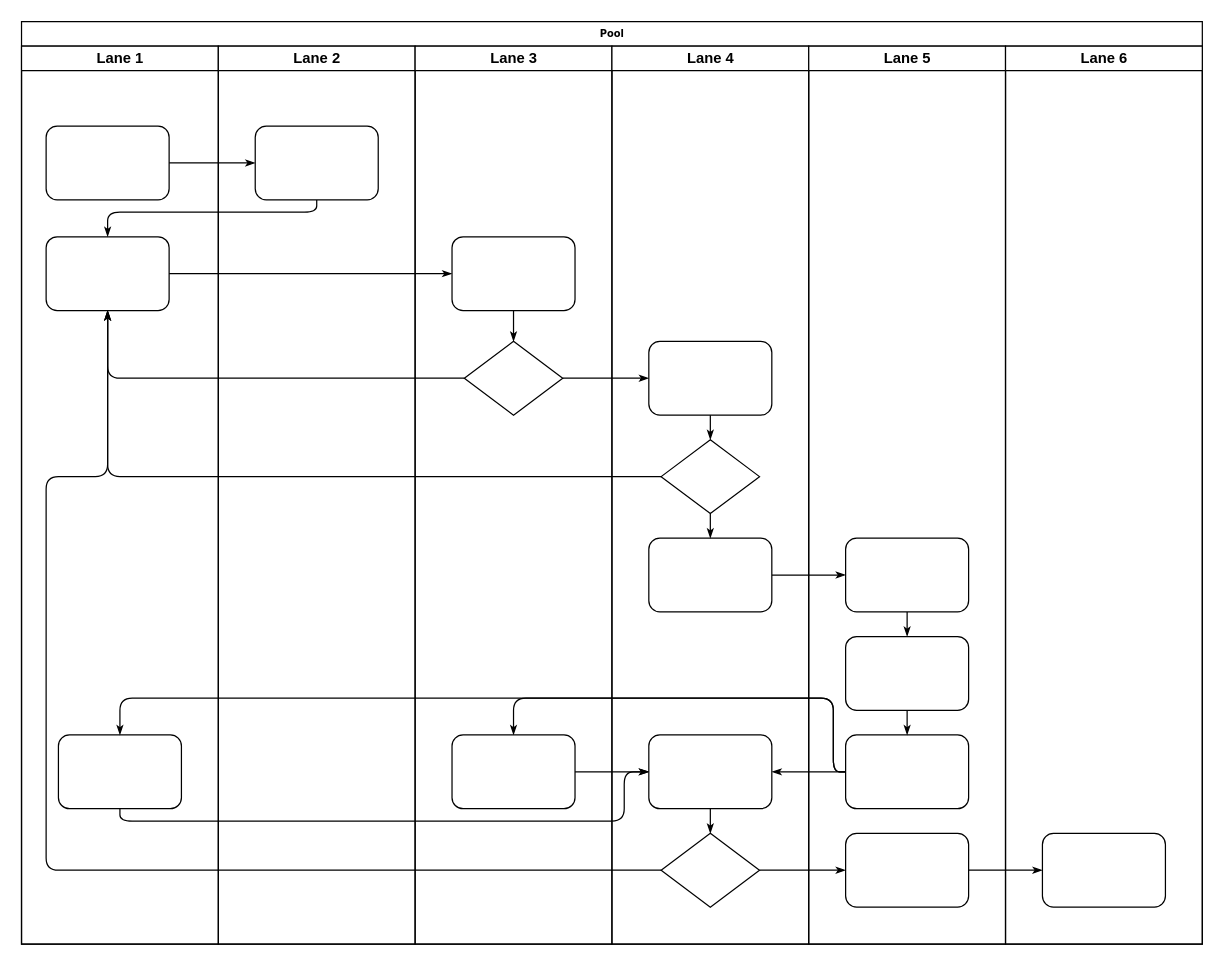
The draw.io diagram DonorFloorEOPMessage.drawio in tylermoseley/drawio, before the edit. Source tidied: cells renumbered, new cells numbered last; positions are measured from the earlier drawing's top-left corner, leaving out a move shared by most shapes. Both pictures are drawn from the tidied source at 123%, with x=0, y=0 at pixel (21, 21).
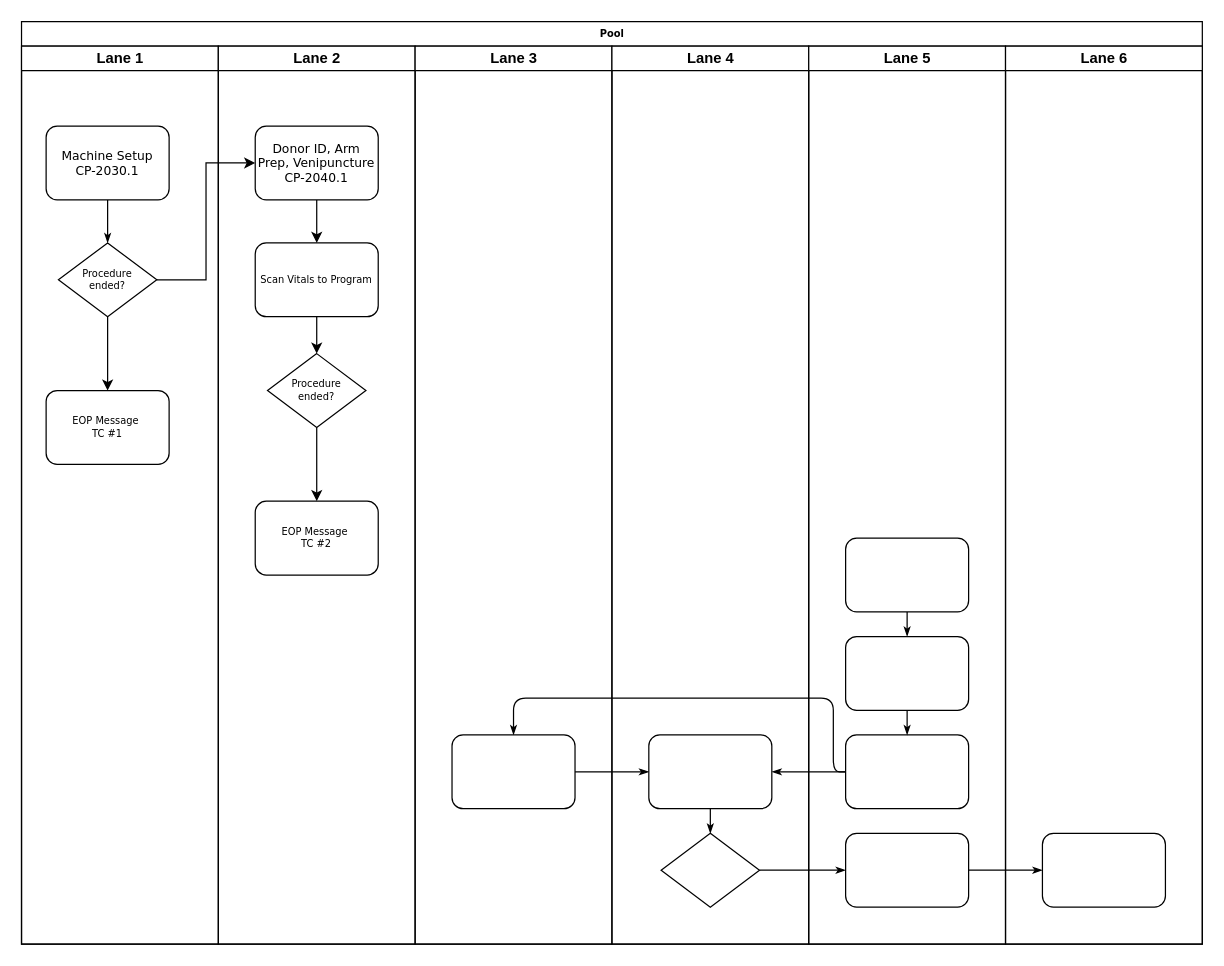
Above is the later version.

The change refers to these unchanged cells:
```xml
<mxCell id="2" value="Pool" style="swimlane;html=1;startSize=20;rounded=0;shadow=0;labelBackgroundColor=none;strokeWidth=1;fontFamily=Verdana;fontSize=8;align=center;" parent="1" vertex="1">
  <mxGeometry width="960" height="750" as="geometry" />
</mxCell>
<mxCell id="3" value="Lane 1" style="swimlane;html=1;startSize=20;" parent="2" vertex="1">
  <mxGeometry y="20" width="160" height="730" as="geometry" />
</mxCell>
<mxCell id="22" value="Lane 2" style="swimlane;html=1;startSize=20;" parent="2" vertex="1">
  <mxGeometry x="160" y="20" width="160" height="730" as="geometry" />
</mxCell>
<mxCell id="24" value="Lane 3" style="swimlane;html=1;startSize=20;" parent="2" vertex="1">
  <mxGeometry x="320" y="20" width="160" height="730" as="geometry" />
</mxCell>
<mxCell id="29" value="Lane 4" style="swimlane;html=1;startSize=20;" parent="2" vertex="1">
  <mxGeometry x="480" y="20" width="160" height="730" as="geometry" />
</mxCell>
<mxCell id="33" style="rounded=1;whiteSpace=wrap;html=1;shadow=0;labelBackgroundColor=none;strokeWidth=1;fontFamily=Verdana;fontSize=8;align=center;" parent="29" vertex="1">
  <mxGeometry x="30" y="560" width="100" height="60" as="geometry" />
</mxCell>
<mxCell id="34" style="rhombus;whiteSpace=wrap;html=1;rounded=0;shadow=0;labelBackgroundColor=none;strokeWidth=1;fontFamily=Verdana;fontSize=8;align=center;" parent="29" vertex="1">
  <mxGeometry x="40" y="640" width="80" height="60" as="geometry" />
</mxCell>
<mxCell id="39" style="rounded=1;whiteSpace=wrap;html=1;shadow=0;labelBackgroundColor=none;strokeWidth=1;fontFamily=Verdana;fontSize=8;align=center;" parent="38" vertex="1">
  <mxGeometry x="30" y="400" width="100" height="60" as="geometry" />
</mxCell>
<mxCell id="41" style="rounded=1;whiteSpace=wrap;html=1;shadow=0;labelBackgroundColor=none;strokeWidth=1;fontFamily=Verdana;fontSize=8;align=center;" parent="38" vertex="1">
  <mxGeometry x="30" y="560" width="100" height="60" as="geometry" />
</mxCell>
```

The edit, as a diff of the source:
```diff
@@
-    <mxCell id="4" style="rounded=1;whiteSpace=wrap;html=1;shadow=0;labelBackgroundColor=none;strokeWidth=1;fontFamily=Verdana;fontSize=8;align=center;" parent="3" vertex="1">
+    <mxCell id="4" value="&lt;font style=&quot;font-size: 10px&quot;&gt;Machine Setup&lt;br&gt;CP-2030.1&lt;br&gt;&lt;/font&gt;" style="rounded=1;whiteSpace=wrap;html=1;shadow=0;labelBackgroundColor=none;strokeWidth=1;fontFamily=Verdana;fontSize=8;align=center;" parent="3" vertex="1">
       <mxGeometry x="20" y="65" width="100" height="60" as="geometry" />
     </mxCell>
-    <mxCell id="5" style="rounded=1;whiteSpace=wrap;html=1;shadow=0;labelBackgroundColor=none;strokeWidth=1;fontFamily=Verdana;fontSize=8;align=center;" parent="3" vertex="1">
-      <mxGeometry x="20" y="155" width="100" height="60" as="geometry" />
-    </mxCell>
-    <mxCell id="6" style="rounded=1;whiteSpace=wrap;html=1;shadow=0;labelBackgroundColor=none;strokeWidth=1;fontFamily=Verdana;fontSize=8;align=center;" parent="3" vertex="1">
-      <mxGeometry x="30" y="560" width="100" height="60" as="geometry" />
-    </mxCell>
-    <mxCell id="7" style="edgeStyle=orthogonalEdgeStyle;rounded=1;html=1;labelBackgroundColor=none;startArrow=none;startFill=0;startSize=5;endArrow=classicThin;endFill=1;endSize=5;jettySize=auto;strokeWidth=1;fontFamily=Verdana;fontSize=8;" parent="2" edge="1" source="4" target="23">
+    <mxCell id="7" style="edgeStyle=orthogonalEdgeStyle;rounded=1;html=1;labelBackgroundColor=none;startArrow=none;startFill=0;startSize=5;endArrow=classicThin;endFill=1;endSize=5;jettySize=auto;strokeWidth=1;fontFamily=Verdana;fontSize=8;entryX=0.5;entryY=0;entryDx=0;entryDy=0;" parent="3" edge="1" source="4" target="31">
       <mxGeometry relative="1" as="geometry" />
     </mxCell>
-    <mxCell id="8" style="edgeStyle=orthogonalEdgeStyle;rounded=1;html=1;labelBackgroundColor=none;startArrow=none;startFill=0;startSize=5;endArrow=classicThin;endFill=1;endSize=5;jettySize=auto;strokeWidth=1;fontFamily=Verdana;fontSize=8;" parent="2" edge="1" source="23" target="5">
-      <mxGeometry relative="1" as="geometry">
-        <Array as="points">
-          <mxPoint x="240" y="155" />
-          <mxPoint x="70" y="155" />
-        </Array>
-      </mxGeometry>
-    </mxCell>
-    <mxCell id="9" style="edgeStyle=orthogonalEdgeStyle;rounded=1;html=1;labelBackgroundColor=none;startArrow=none;startFill=0;startSize=5;endArrow=classicThin;endFill=1;endSize=5;jettySize=auto;strokeWidth=1;fontFamily=Verdana;fontSize=8;" parent="2" edge="1" source="5" target="25">
-      <mxGeometry relative="1" as="geometry" />
-    </mxCell>
-    <mxCell id="10" style="edgeStyle=orthogonalEdgeStyle;rounded=1;html=1;labelBackgroundColor=none;startArrow=none;startFill=0;startSize=5;endArrow=classicThin;endFill=1;endSize=5;jettySize=auto;strokeWidth=1;fontFamily=Verdana;fontSize=8;" parent="2" edge="1" source="26" target="5">
-      <mxGeometry relative="1" as="geometry" />
-    </mxCell>
-    <mxCell id="11" style="edgeStyle=orthogonalEdgeStyle;rounded=1;html=1;labelBackgroundColor=none;startArrow=none;startFill=0;startSize=5;endArrow=classicThin;endFill=1;endSize=5;jettySize=auto;strokeWidth=1;fontFamily=Verdana;fontSize=8;" parent="2" edge="1" source="31" target="5">
-      <mxGeometry relative="1" as="geometry" />
-    </mxCell>
-    <mxCell id="12" style="edgeStyle=orthogonalEdgeStyle;rounded=1;html=1;labelBackgroundColor=none;startArrow=none;startFill=0;startSize=5;endArrow=classicThin;endFill=1;endSize=5;jettySize=auto;strokeWidth=1;fontFamily=Verdana;fontSize=8;" parent="2" edge="1" source="34" target="5">
-      <mxGeometry relative="1" as="geometry">
-        <Array as="points">
-          <mxPoint x="20" y="690" />
-          <mxPoint x="20" y="370" />
-          <mxPoint x="70" y="370" />
-        </Array>
-      </mxGeometry>
-    </mxCell>
-    <mxCell id="13" style="edgeStyle=orthogonalEdgeStyle;rounded=1;html=1;labelBackgroundColor=none;startArrow=none;startFill=0;startSize=5;endArrow=classicThin;endFill=1;endSize=5;jettySize=auto;strokeWidth=1;fontFamily=Verdana;fontSize=8;" parent="2" edge="1" source="26" target="30">
-      <mxGeometry relative="1" as="geometry" />
-    </mxCell>
+    <mxCell id="36" style="edgeStyle=orthogonalEdgeStyle;rounded=0;jettySize=auto;html=1;exitX=0.5;exitY=1;exitDx=0;exitDy=0;entryX=0.5;entryY=0;entryDx=0;entryDy=0;fontSize=10;" parent="3" edge="1" source="31" target="32">
+      <mxGeometry relative="1" as="geometry" />
+    </mxCell>
+    <mxCell id="31" value="Procedure&lt;br&gt;ended?" style="rhombus;whiteSpace=wrap;html=1;rounded=0;shadow=0;labelBackgroundColor=none;strokeWidth=1;fontFamily=Verdana;fontSize=8;align=center;" parent="3" vertex="1">
+      <mxGeometry x="30" y="160" width="80" height="60" as="geometry" />
+    </mxCell>
+    <mxCell id="32" value="EOP Message&amp;nbsp;&lt;br&gt;TC #1" style="rounded=1;whiteSpace=wrap;html=1;shadow=0;labelBackgroundColor=none;strokeWidth=1;fontFamily=Verdana;fontSize=8;align=center;" parent="3" vertex="1">
+      <mxGeometry x="20" y="280" width="100" height="60" as="geometry" />
+    </mxCell>
@@
-    <mxCell id="16" style="edgeStyle=orthogonalEdgeStyle;rounded=1;html=1;labelBackgroundColor=none;startArrow=none;startFill=0;startSize=5;endArrow=classicThin;endFill=1;endSize=5;jettySize=auto;strokeWidth=1;fontFamily=Verdana;fontSize=8;" parent="2" edge="1" source="32" target="39">
-      <mxGeometry relative="1" as="geometry" />
-    </mxCell>
@@
-    <mxCell id="19" style="edgeStyle=orthogonalEdgeStyle;rounded=1;html=1;labelBackgroundColor=none;startArrow=none;startFill=0;startSize=5;endArrow=classicThin;endFill=1;endSize=5;jettySize=auto;strokeWidth=1;fontFamily=Verdana;fontSize=8;" parent="2" edge="1" source="41" target="6">
-      <mxGeometry relative="1" as="geometry">
-        <Array as="points">
-          <mxPoint x="660" y="610" />
-          <mxPoint x="660" y="550" />
-          <mxPoint x="80" y="550" />
-        </Array>
-      </mxGeometry>
-    </mxCell>
-    <mxCell id="20" style="edgeStyle=orthogonalEdgeStyle;rounded=1;html=1;labelBackgroundColor=none;startArrow=none;startFill=0;startSize=5;endArrow=classicThin;endFill=1;endSize=5;jettySize=auto;strokeWidth=1;fontFamily=Verdana;fontSize=8;" parent="2" edge="1" source="6" target="33">
-      <mxGeometry relative="1" as="geometry">
-        <Array as="points">
-          <mxPoint x="80" y="650" />
-          <mxPoint x="490" y="650" />
-          <mxPoint x="490" y="610" />
-        </Array>
-      </mxGeometry>
-    </mxCell>
@@
-    <mxCell id="23" style="rounded=1;whiteSpace=wrap;html=1;shadow=0;labelBackgroundColor=none;strokeWidth=1;fontFamily=Verdana;fontSize=8;align=center;" parent="22" vertex="1">
-      <mxGeometry x="30" y="65" width="100" height="60" as="geometry" />
-    </mxCell>
+    <mxCell id="47" style="edgeStyle=orthogonalEdgeStyle;rounded=0;jettySize=auto;html=1;exitX=0.5;exitY=1;exitDx=0;exitDy=0;entryX=0.5;entryY=0;entryDx=0;entryDy=0;fontSize=10;" parent="22" edge="1" source="25" target="30">
+      <mxGeometry relative="1" as="geometry" />
+    </mxCell>
+    <mxCell id="25" value="&lt;font style=&quot;font-size: 10px&quot;&gt;Donor ID, Arm Prep, Venipuncture&lt;br&gt;CP-2040.1&lt;/font&gt;" style="rounded=1;whiteSpace=wrap;html=1;shadow=0;labelBackgroundColor=none;strokeWidth=1;fontFamily=Verdana;fontSize=8;align=center;" parent="22" vertex="1">
+      <mxGeometry x="30" y="65" width="100" height="60" as="geometry" />
+    </mxCell>
+    <mxCell id="48" style="edgeStyle=orthogonalEdgeStyle;rounded=0;jettySize=auto;html=1;exitX=0.5;exitY=1;exitDx=0;exitDy=0;entryX=0.5;entryY=0;entryDx=0;entryDy=0;fontSize=10;" parent="22" edge="1" source="30" target="49">
+      <mxGeometry relative="1" as="geometry" />
+    </mxCell>
+    <mxCell id="30" value="Scan Vitals to Program" style="rounded=1;whiteSpace=wrap;html=1;shadow=0;labelBackgroundColor=none;strokeWidth=1;fontFamily=Verdana;fontSize=8;align=center;" parent="22" vertex="1">
+      <mxGeometry x="30" y="160" width="100" height="60" as="geometry" />
+    </mxCell>
+    <mxCell id="49" value="Procedure&lt;br&gt;ended?" style="rhombus;whiteSpace=wrap;html=1;rounded=0;shadow=0;labelBackgroundColor=none;strokeWidth=1;fontFamily=Verdana;fontSize=8;align=center;" parent="22" vertex="1">
+      <mxGeometry x="40" y="250" width="80" height="60" as="geometry" />
+    </mxCell>
+    <mxCell id="50" value="EOP Message&amp;nbsp;&lt;br&gt;TC #2" style="rounded=1;whiteSpace=wrap;html=1;shadow=0;labelBackgroundColor=none;strokeWidth=1;fontFamily=Verdana;fontSize=8;align=center;" parent="22" vertex="1">
+      <mxGeometry x="30" y="370" width="100" height="60" as="geometry" />
+    </mxCell>
+    <mxCell id="51" style="edgeStyle=orthogonalEdgeStyle;rounded=0;jettySize=auto;html=1;exitX=0.5;exitY=1;exitDx=0;exitDy=0;entryX=0.5;entryY=0;entryDx=0;entryDy=0;fontSize=10;" parent="22" edge="1" source="49" target="50">
+      <mxGeometry relative="1" as="geometry" />
+    </mxCell>
@@
-    <mxCell id="25" style="rounded=1;whiteSpace=wrap;html=1;shadow=0;labelBackgroundColor=none;strokeWidth=1;fontFamily=Verdana;fontSize=8;align=center;" parent="24" vertex="1">
-      <mxGeometry x="30" y="155" width="100" height="60" as="geometry" />
-    </mxCell>
-    <mxCell id="26" style="rhombus;whiteSpace=wrap;html=1;rounded=0;shadow=0;labelBackgroundColor=none;strokeWidth=1;fontFamily=Verdana;fontSize=8;align=center;" parent="24" vertex="1">
-      <mxGeometry x="40" y="240" width="80" height="60" as="geometry" />
-    </mxCell>
@@
-    <mxCell id="28" style="edgeStyle=orthogonalEdgeStyle;rounded=1;html=1;labelBackgroundColor=none;startArrow=none;startFill=0;startSize=5;endArrow=classicThin;endFill=1;endSize=5;jettySize=auto;strokeWidth=1;fontFamily=Verdana;fontSize=8;" parent="24" edge="1" source="25" target="26">
-      <mxGeometry relative="1" as="geometry" />
-    </mxCell>
@@
-    <mxCell id="30" style="rounded=1;whiteSpace=wrap;html=1;shadow=0;labelBackgroundColor=none;strokeWidth=1;fontFamily=Verdana;fontSize=8;align=center;" parent="29" vertex="1">
-      <mxGeometry x="30" y="240" width="100" height="60" as="geometry" />
-    </mxCell>
-    <mxCell id="31" style="rhombus;whiteSpace=wrap;html=1;rounded=0;shadow=0;labelBackgroundColor=none;strokeWidth=1;fontFamily=Verdana;fontSize=8;align=center;" parent="29" vertex="1">
-      <mxGeometry x="40" y="320" width="80" height="60" as="geometry" />
-    </mxCell>
-    <mxCell id="32" style="rounded=1;whiteSpace=wrap;html=1;shadow=0;labelBackgroundColor=none;strokeWidth=1;fontFamily=Verdana;fontSize=8;align=center;" parent="29" vertex="1">
-      <mxGeometry x="30" y="400" width="100" height="60" as="geometry" />
-    </mxCell>
@@
-    <mxCell id="35" style="edgeStyle=orthogonalEdgeStyle;rounded=1;html=1;labelBackgroundColor=none;startArrow=none;startFill=0;startSize=5;endArrow=classicThin;endFill=1;endSize=5;jettySize=auto;strokeColor=#000000;strokeWidth=1;fontFamily=Verdana;fontSize=8;fontColor=#000000;" parent="29" edge="1" source="30" target="31">
-      <mxGeometry relative="1" as="geometry" />
-    </mxCell>
-    <mxCell id="36" style="edgeStyle=orthogonalEdgeStyle;rounded=1;html=1;labelBackgroundColor=none;startArrow=none;startFill=0;startSize=5;endArrow=classicThin;endFill=1;endSize=5;jettySize=auto;strokeWidth=1;fontFamily=Verdana;fontSize=8;" parent="29" edge="1" source="31" target="32">
-      <mxGeometry relative="1" as="geometry" />
-    </mxCell>
@@
+    <mxCell id="52" style="edgeStyle=orthogonalEdgeStyle;rounded=0;jettySize=auto;html=1;exitX=1;exitY=0.5;exitDx=0;exitDy=0;entryX=0;entryY=0.5;entryDx=0;entryDy=0;fontSize=10;" parent="2" edge="1" source="31" target="25">
+      <mxGeometry relative="1" as="geometry" />
+    </mxCell>
```
